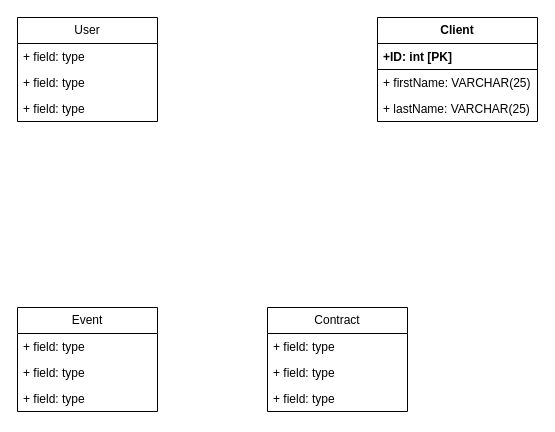
gmaOCR/TP12 keeps this draw.io diagram as CRM.drawio. Above is the earlier version. Source tidied: cells renumbered, new cells numbered last; positions are measured from the earlier drawing's top-left corner, leaving out a move shared by most shapes. Both pictures are drawn from the tidied source at 100%, with x=0, y=0 at pixel (17, 17).
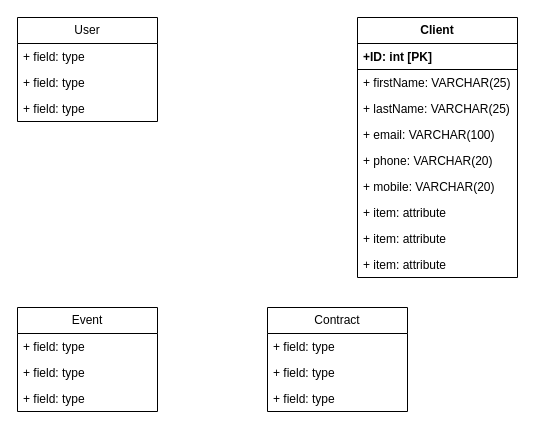
After the change.

Commit message (it also covers changes not shown here):
Mettre à jour CRM.drawio

Change to the diagram source:
```diff
@@
     <mxCell id="14" value="&lt;b&gt;Client&lt;/b&gt;" style="swimlane;fontStyle=0;horizontal=1;startSize=26;fillColor=none;whiteSpace=wrap;html=1;" parent="1" vertex="1">
-      <mxGeometry x="360" width="160" height="104" as="geometry" />
+      <mxGeometry x="340" width="160" height="260" as="geometry" />
     </mxCell>
@@
+    <mxCell id="18" value="+ email: VARCHAR(100)" style="text;strokeColor=none;fillColor=none;align=left;verticalAlign=top;spacingLeft=4;spacingRight=4;overflow=hidden;whiteSpace=wrap;html=1;" parent="14" vertex="1">
+      <mxGeometry y="104" width="160" height="26" as="geometry" />
+    </mxCell>
+    <mxCell id="19" value="+ phone: VARCHAR(20)" style="text;strokeColor=none;fillColor=none;align=left;verticalAlign=top;spacingLeft=4;spacingRight=4;overflow=hidden;whiteSpace=wrap;html=1;" parent="14" vertex="1">
+      <mxGeometry y="130" width="160" height="26" as="geometry" />
+    </mxCell>
+    <mxCell id="20" value="+ mobile: VARCHAR(20)" style="text;strokeColor=none;fillColor=none;align=left;verticalAlign=top;spacingLeft=4;spacingRight=4;overflow=hidden;whiteSpace=wrap;html=1;" parent="14" vertex="1">
+      <mxGeometry y="156" width="160" height="26" as="geometry" />
+    </mxCell>
+    <mxCell id="21" value="+ item: attribute" style="text;strokeColor=none;fillColor=none;align=left;verticalAlign=top;spacingLeft=4;spacingRight=4;overflow=hidden;whiteSpace=wrap;html=1;" parent="14" vertex="1">
+      <mxGeometry y="182" width="160" height="26" as="geometry" />
+    </mxCell>
+    <mxCell id="22" value="+ item: attribute" style="text;strokeColor=none;fillColor=none;align=left;verticalAlign=top;spacingLeft=4;spacingRight=4;overflow=hidden;whiteSpace=wrap;html=1;" parent="14" vertex="1">
+      <mxGeometry y="208" width="160" height="26" as="geometry" />
+    </mxCell>
+    <mxCell id="23" value="+ item: attribute" style="text;strokeColor=none;fillColor=none;align=left;verticalAlign=top;spacingLeft=4;spacingRight=4;overflow=hidden;whiteSpace=wrap;html=1;" parent="14" vertex="1">
+      <mxGeometry y="234" width="160" height="26" as="geometry" />
+    </mxCell>
```
